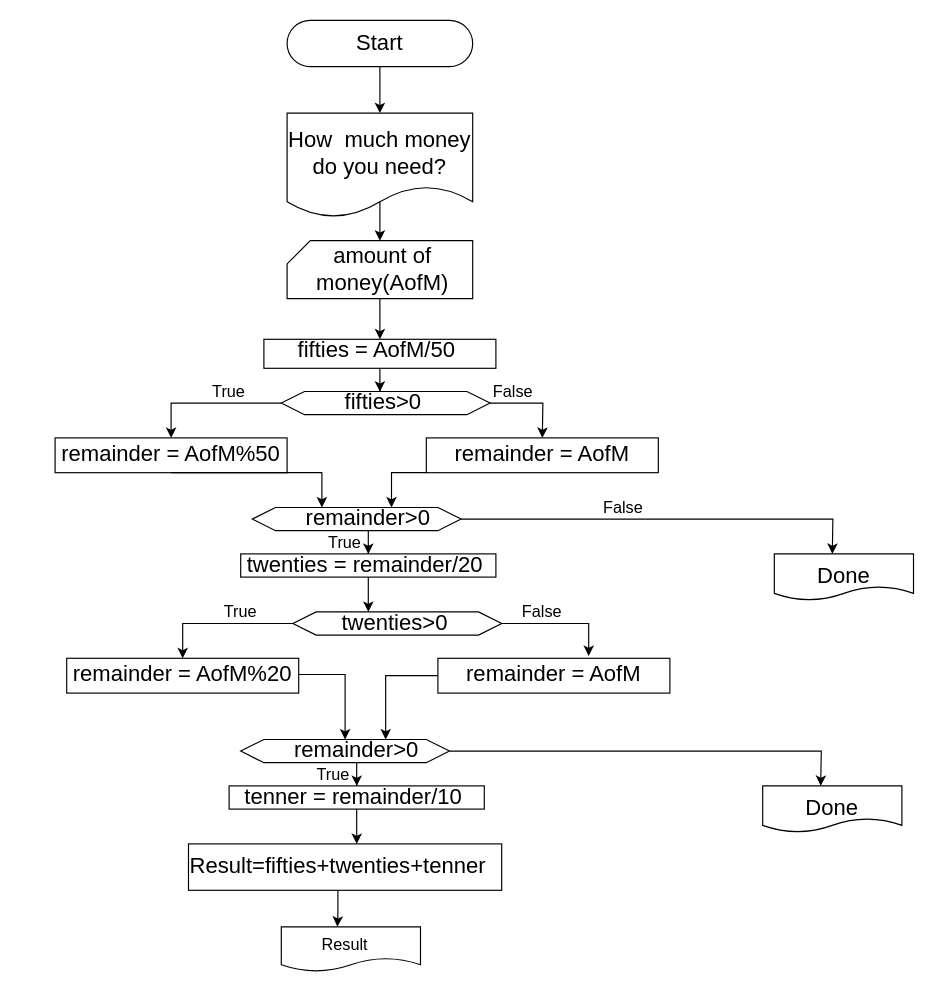
This is page "Page-1" (1 of 2) of withdrawal.drawio from celaltas/Data-Structures-And-Algorithms, a draw.io file, before an edit. Source tidied: cells renumbered, new cells numbered last; positions are measured from the earlier drawing's top-left corner, leaving out a move shared by most shapes. Both pictures are drawn from the tidied source at 116%, with x=0, y=0 at pixel (55, 20).
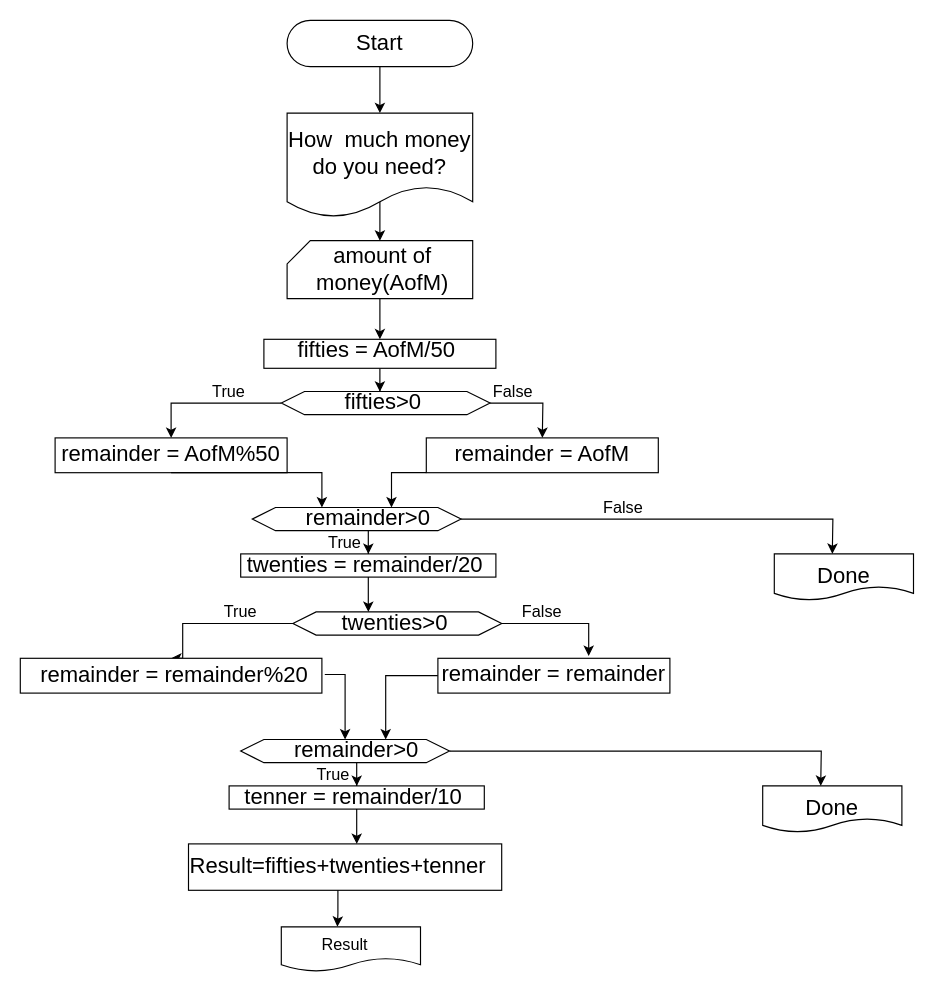
Above is the later version.

Change to the diagram source:
```diff
@@
     <mxCell id="36" style="rounded=0;whiteSpace=wrap;html=1;fontSize=19;flipV=0;" parent="1" vertex="1">
-      <mxGeometry x="10" y="550" width="200" height="30" as="geometry" />
+      <mxGeometry x="-30" y="550" width="260" height="30" as="geometry" />
     </mxCell>
@@
-    <mxCell id="38" value="remainder = AofM%20" style="text;html=1;strokeColor=none;fillColor=none;align=center;verticalAlign=middle;whiteSpace=wrap;rounded=0;fontSize=19;flipV=0;" parent="1" vertex="1">
-      <mxGeometry x="10" y="554" width="200" height="20" as="geometry" />
+    <mxCell id="38" value="remainder = remainder%20" style="text;html=1;strokeColor=none;fillColor=none;align=center;verticalAlign=middle;whiteSpace=wrap;rounded=0;fontSize=19;flipV=0;" parent="1" vertex="1">
+      <mxGeometry x="-27.5" y="555" width="260" height="20" as="geometry" />
     </mxCell>
@@
-    <mxCell id="43" value="remainder = AofM" style="text;html=1;strokeColor=none;fillColor=none;align=center;verticalAlign=middle;whiteSpace=wrap;rounded=0;fontSize=19;flipV=0;" parent="1" vertex="1">
+    <mxCell id="43" value="remainder = remainder" style="text;html=1;strokeColor=none;fillColor=none;align=center;verticalAlign=middle;whiteSpace=wrap;rounded=0;fontSize=19;flipV=0;" parent="1" vertex="1">
       <mxGeometry x="330" y="553.5" width="200" height="20" as="geometry" />
     </mxCell>
```
